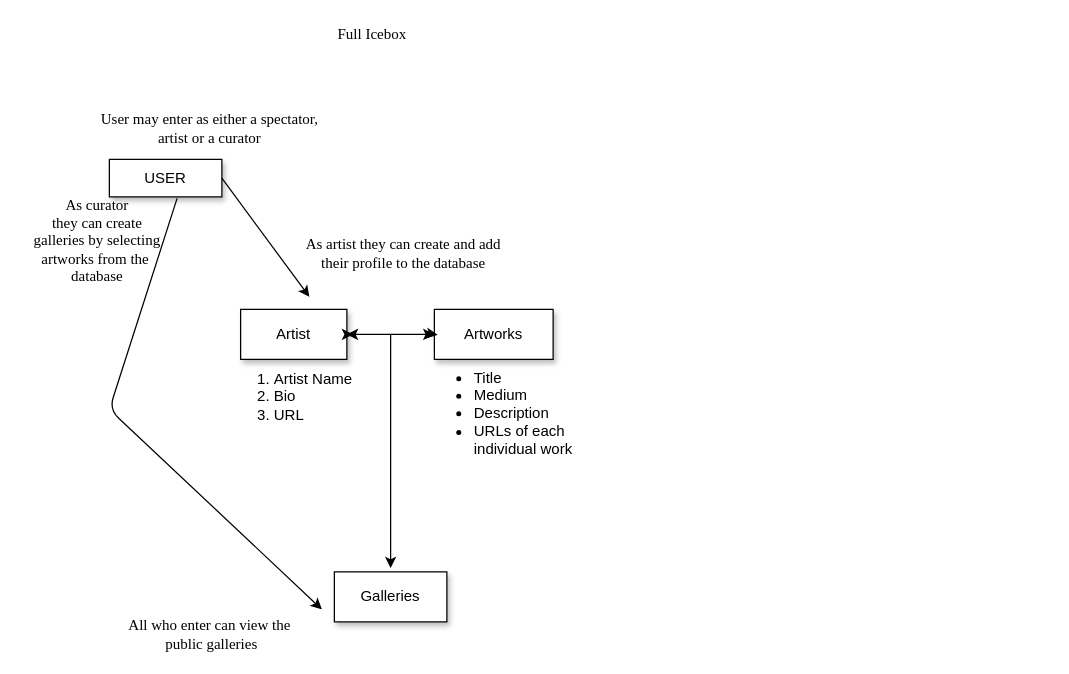
The draw.io diagram ERD.drawio in smadzelonka/ProjectOne, before the edit. Source tidied: cells renumbered, new cells numbered last; positions are measured from the earlier drawing's top-left corner, leaving out a move shared by most shapes. Both pictures are drawn from the tidied source at 125%, with x=0, y=0 at pixel (21, 21).
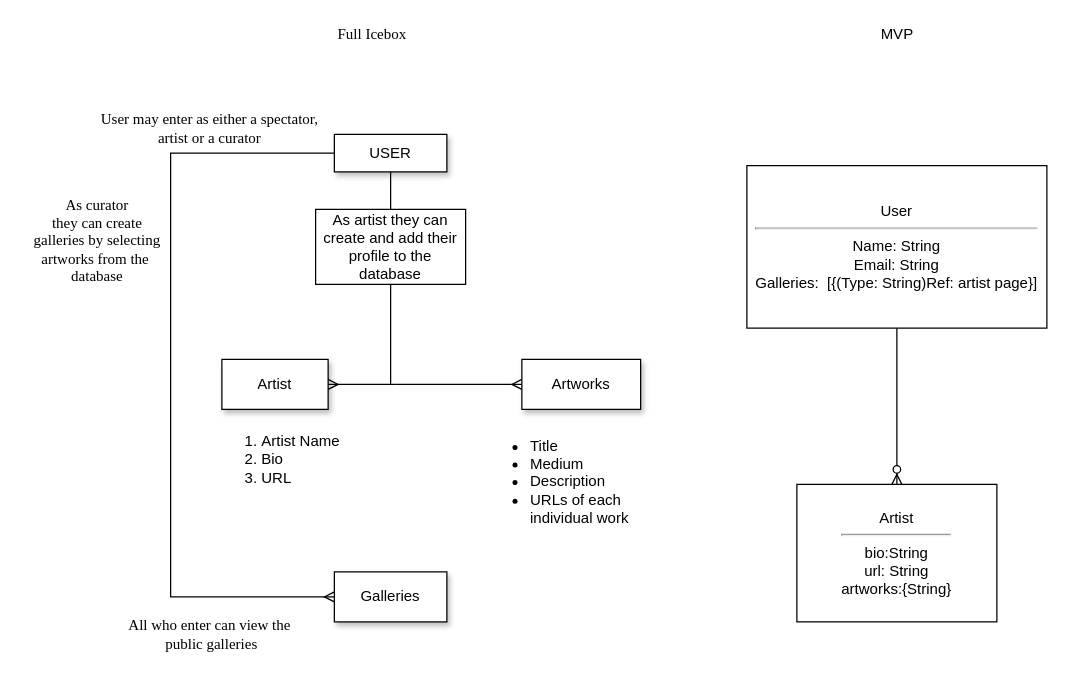
Above is the later version.

Commit message:
ERD MVP FIN

Unchanged cells that the change refers to:
```xml
<mxCell id="3" style="shape=partialRectangle;html=1;whiteSpace=wrap;fillColor=none;top=0;left=0;bottom=0;right=0;points=[[0,0.5],[1,0.5]];portConstraint=eastwest;" parent="2" vertex="1">
  <mxGeometry width="90" height="30" as="geometry" />
</mxCell>
<mxCell id="6" style="shape=partialRectangle;html=1;whiteSpace=wrap;fillColor=none;top=0;left=0;bottom=0;right=0;points=[[0,0.5],[1,0.5]];portConstraint=eastwest;" parent="5" vertex="1">
  <mxGeometry width="95" height="40" as="geometry" />
</mxCell>
<mxCell id="9" style="shape=partialRectangle;html=1;whiteSpace=wrap;fillColor=none;top=0;left=0;bottom=0;right=0;points=[[0,0.5],[1,0.5]];portConstraint=eastwest;" parent="8" vertex="1">
  <mxGeometry width="85" height="40" as="geometry" />
</mxCell>
<mxCell id="14" style="shape=partialRectangle;html=1;whiteSpace=wrap;fillColor=none;top=0;left=0;bottom=0;right=0;points=[[0,0.5],[1,0.5]];portConstraint=eastwest;" parent="13" vertex="1">
  <mxGeometry width="90" height="40" as="geometry" />
</mxCell>
```

Change to the diagram source:
```diff
@@
     <mxCell id="2" style="shape=table;html=1;whiteSpace=wrap;startSize=0;childLayout=tableLayout;shadow=1;" parent="1" vertex="1">
-      <mxGeometry x="70" y="110" width="90" height="30" as="geometry" />
+      <mxGeometry x="250" y="90" width="90" height="30" as="geometry" />
     </mxCell>
@@
     <mxCell id="5" style="shape=table;html=1;whiteSpace=wrap;startSize=0;childLayout=tableLayout;shadow=1;" parent="1" vertex="1">
-      <mxGeometry x="330" y="230" width="95" height="40" as="geometry" />
+      <mxGeometry x="400" y="270" width="95" height="40" as="geometry" />
     </mxCell>
@@
     <mxCell id="8" style="shape=table;html=1;whiteSpace=wrap;startSize=0;childLayout=tableLayout;shadow=1;" parent="1" vertex="1">
-      <mxGeometry x="175" y="230" width="85" height="40" as="geometry" />
+      <mxGeometry x="160" y="270" width="85" height="40" as="geometry" />
     </mxCell>
@@
     <mxCell id="11" value="&lt;ol&gt;&lt;li&gt;Artist Name&lt;/li&gt;&lt;li&gt;Bio&lt;/li&gt;&lt;li&gt;URL&lt;/li&gt;&lt;/ol&gt;" style="text;strokeColor=none;fillColor=none;html=1;whiteSpace=wrap;verticalAlign=middle;overflow=hidden;shadow=1;" parent="1" vertex="1">
-      <mxGeometry x="160" y="260" width="120" height="80" as="geometry" />
+      <mxGeometry x="150" y="310" width="120" height="80" as="geometry" />
     </mxCell>
     <mxCell id="12" value="&lt;ul&gt;&lt;li&gt;Title&lt;/li&gt;&lt;li&gt;Medium&lt;/li&gt;&lt;li&gt;Description&lt;/li&gt;&lt;li&gt;URLs of each individual work&lt;/li&gt;&lt;/ul&gt;" style="text;strokeColor=none;fillColor=none;html=1;whiteSpace=wrap;verticalAlign=middle;overflow=hidden;shadow=1;" parent="1" vertex="1">
-      <mxGeometry x="320" y="255" width="130" height="115" as="geometry" />
+      <mxGeometry x="365" y="310" width="130" height="115" as="geometry" />
     </mxCell>
@@
-    <mxCell id="16" style="rounded=0;jettySize=auto;html=1;exitX=1;exitY=0.5;exitDx=0;exitDy=0;" parent="1" edge="1" source="3">
-      <mxGeometry relative="1" as="geometry">
-        <mxPoint x="230" y="220" as="targetPoint" />
-      </mxGeometry>
-    </mxCell>
-    <mxCell id="17" style="rounded=0;jettySize=auto;html=1;exitX=1;exitY=0.5;exitDx=0;exitDy=0;" parent="1" edge="1" source="9">
-      <mxGeometry relative="1" as="geometry">
-        <mxPoint x="265" y="250" as="targetPoint" />
-      </mxGeometry>
-    </mxCell>
-    <mxCell id="18" style="edgeStyle=none;rounded=0;jettySize=auto;html=1;exitX=0;exitY=0.5;exitDx=0;exitDy=0;entryX=0.097;entryY=-0.04;entryDx=0;entryDy=0;entryPerimeter=0;" parent="1" edge="1" source="6" target="12">
-      <mxGeometry relative="1" as="geometry" />
-    </mxCell>
-    <mxCell id="19" style="endArrow=classic;startArrow=classic;html=1;exitX=1;exitY=0.5;exitDx=0;exitDy=0;entryX=0;entryY=0.5;entryDx=0;entryDy=0;" parent="1" edge="1" source="9" target="6">
-      <mxGeometry relative="1" as="geometry" />
-    </mxCell>
-    <mxCell id="20" style="endArrow=classic;html=1;fontStyle=1;fontFamily=Times New Roman;" parent="1" edge="1">
-      <mxGeometry relative="1" as="geometry">
-        <mxPoint x="295" y="250" as="sourcePoint" />
-        <mxPoint x="295" y="437" as="targetPoint" />
-      </mxGeometry>
-    </mxCell>
@@
-    <mxCell id="22" value="As artist they can create and add&lt;br&gt;their profile to the database" style="text;html=1;align=center;verticalAlign=middle;points=[];fontFamily=Times New Roman;" parent="1" vertex="1">
-      <mxGeometry x="220" y="170" width="170" height="30" as="geometry" />
-    </mxCell>
-    <mxCell id="23" style="endArrow=classic;html=1;fontFamily=Times New Roman;exitX=0.602;exitY=1.039;exitDx=0;exitDy=0;exitPerimeter=0;" parent="1" edge="1" source="3">
-      <mxGeometry relative="1" as="geometry">
-        <mxPoint x="240" y="470" as="targetPoint" />
-        <Array as="points">
-          <mxPoint x="70" y="310" />
-        </Array>
-      </mxGeometry>
-    </mxCell>
@@
+    <mxCell id="27" style="edgeStyle=orthogonalEdgeStyle;rounded=0;jettySize=auto;html=1;exitX=0;exitY=0.5;exitDx=0;exitDy=0;entryX=0;entryY=0.5;entryDx=0;entryDy=0;endArrow=ERmany;endFill=0;" parent="1" edge="1" source="3" target="14">
+      <mxGeometry relative="1" as="geometry">
+        <Array as="points">
+          <mxPoint x="119" y="105" />
+          <mxPoint x="119" y="460" />
+        </Array>
+      </mxGeometry>
+    </mxCell>
+    <mxCell id="28" style="edgeStyle=none;rounded=0;jettySize=auto;html=1;exitX=0.5;exitY=0;exitDx=0;exitDy=0;endArrow=none;endFill=0;" parent="1" edge="1" source="22">
+      <mxGeometry relative="1" as="geometry">
+        <mxPoint x="295" y="120" as="targetPoint" />
+      </mxGeometry>
+    </mxCell>
+    <mxCell id="29" style="edgeStyle=none;rounded=0;jettySize=auto;html=1;exitX=0.5;exitY=1;exitDx=0;exitDy=0;startArrow=none;startFill=0;endArrow=none;endFill=0;" parent="1" edge="1" source="22">
+      <mxGeometry relative="1" as="geometry">
+        <mxPoint x="295" y="290" as="targetPoint" />
+      </mxGeometry>
+    </mxCell>
+    <mxCell id="22" value="As artist they can create and add their profile to the database" style="whiteSpace=wrap;html=1;" parent="1" vertex="1">
+      <mxGeometry x="235" y="150" width="120" height="60" as="geometry" />
+    </mxCell>
+    <mxCell id="30" style="edgeStyle=none;rounded=0;jettySize=auto;html=1;exitX=1;exitY=0.5;exitDx=0;exitDy=0;startArrow=ERmany;startFill=0;endArrow=none;endFill=0;" parent="1" edge="1" source="9">
+      <mxGeometry relative="1" as="geometry">
+        <mxPoint x="300" y="290" as="targetPoint" />
+      </mxGeometry>
+    </mxCell>
+    <mxCell id="31" style="edgeStyle=none;rounded=0;jettySize=auto;html=1;exitX=0;exitY=0.5;exitDx=0;exitDy=0;startArrow=ERmany;startFill=0;endArrow=none;endFill=0;" parent="1" edge="1" source="6">
+      <mxGeometry relative="1" as="geometry">
+        <mxPoint x="300" y="290" as="targetPoint" />
+      </mxGeometry>
+    </mxCell>
+    <mxCell id="32" style="edgeStyle=none;rounded=0;jettySize=auto;html=1;exitX=0.5;exitY=1;exitDx=0;exitDy=0;entryX=0.5;entryY=0;entryDx=0;entryDy=0;startArrow=none;startFill=0;endArrow=ERzeroToMany;endFill=1;" parent="1" edge="1" source="33" target="34">
+      <mxGeometry relative="1" as="geometry" />
+    </mxCell>
+    <mxCell id="33" value="User&lt;br&gt;&lt;hr&gt;Name: String&lt;br&gt;Email: String&lt;br&gt;Galleries:&amp;nbsp; [{(Type: String)Ref: artist page}]" style="whiteSpace=wrap;html=1;" parent="1" vertex="1">
+      <mxGeometry x="580" y="115" width="240" height="130" as="geometry" />
+    </mxCell>
+    <mxCell id="34" value="Artist&lt;br&gt;&lt;hr&gt;bio:String&lt;br&gt;url: String&lt;br&gt;artworks:{String}" style="whiteSpace=wrap;html=1;" parent="1" vertex="1">
+      <mxGeometry x="620" y="370" width="160" height="110" as="geometry" />
+    </mxCell>
+    <mxCell id="35" style="edgeStyle=none;rounded=0;orthogonalLoop=1;jettySize=auto;html=1;exitX=0.5;exitY=1;exitDx=0;exitDy=0;startArrow=none;startFill=0;endArrow=ERzeroToMany;endFill=1;" parent="1" edge="1" source="34" target="34">
+      <mxGeometry relative="1" as="geometry" />
+    </mxCell>
+    <mxCell id="36" value="MVP" style="text;html=1;align=center;verticalAlign=middle;fillColor=none;strokeColor=none;rounded=0;" parent="1" vertex="1">
+      <mxGeometry x="680" width="40" height="20" as="geometry" />
+    </mxCell>
```
